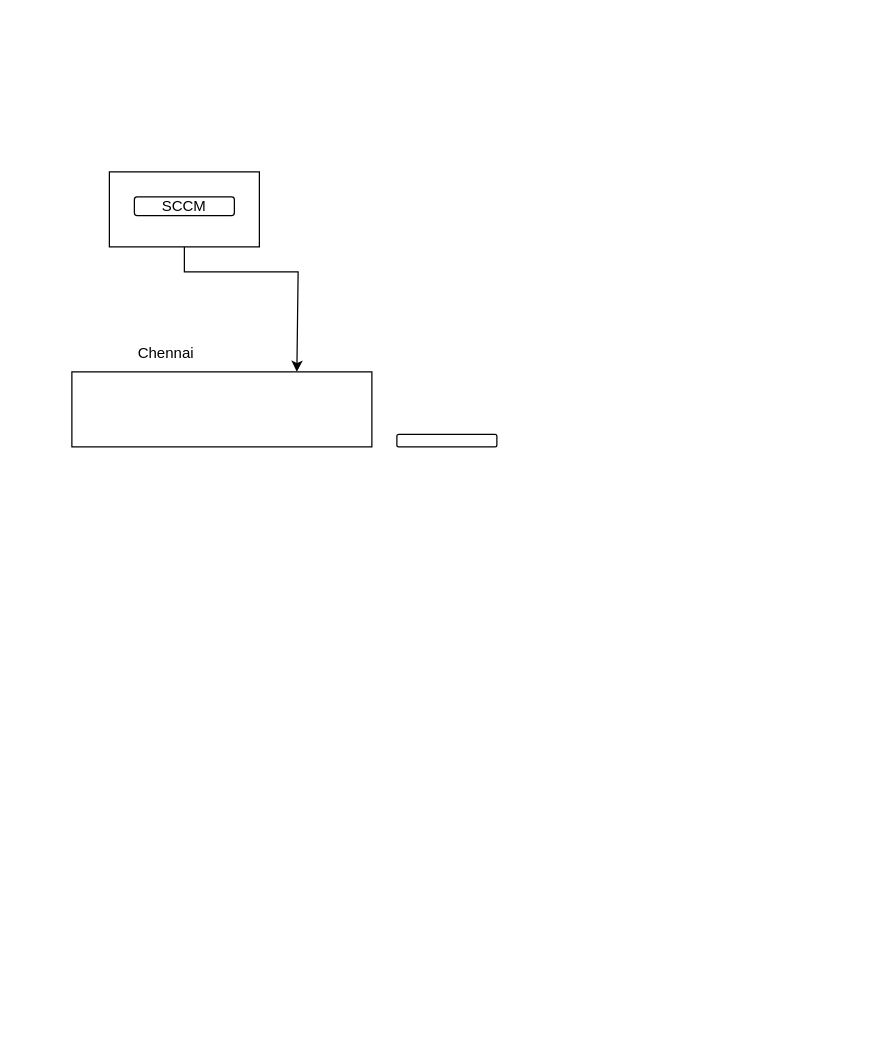
Before: Untitled Diagram.drawio in anisb02/Learner, a draw.io diagram. Source tidied: cells renumbered, new cells numbered last; positions are measured from the earlier drawing's top-left corner, leaving out a move shared by most shapes. Both pictures are drawn from the tidied source at 125%, with x=0, y=0 at pixel (71, 171).
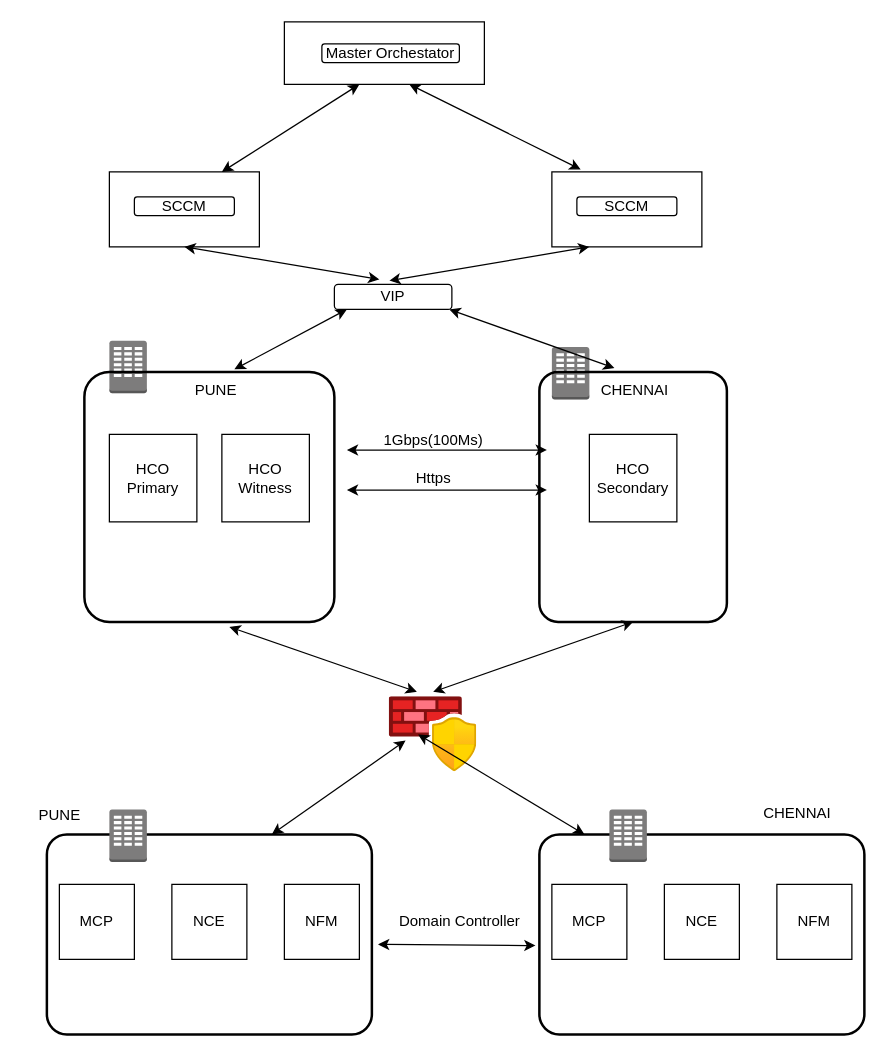
Above is the later version.

Unchanged cells that the change refers to:
```xml
<mxCell id="3" style="rounded=0;whiteSpace=wrap;html=1;" parent="1" vertex="1">
  <mxGeometry x="30" width="120" height="60" as="geometry" />
</mxCell>
```

Diff of the diagram source:
```diff
@@
-    <mxCell id="2" style="edgeStyle=orthogonalEdgeStyle;rounded=0;jettySize=auto;html=1;entryX=0.75;entryY=0;entryDx=0;entryDy=0;" parent="1" edge="1" source="3" target="6">
-      <mxGeometry relative="1" as="geometry">
-        <Array as="points">
-          <mxPoint x="90" y="80" />
-          <mxPoint x="181" y="80" />
-        </Array>
-      </mxGeometry>
-    </mxCell>
@@
-    <mxCell id="4" style="rounded=1;whiteSpace=wrap;html=1;" parent="1" vertex="1">
-      <mxGeometry x="260" y="210" width="80" height="10" as="geometry" />
-    </mxCell>
@@
-    <mxCell id="6" style="rounded=0;whiteSpace=wrap;html=1;" parent="1" vertex="1">
-      <mxGeometry y="160" width="240" height="60" as="geometry" />
-    </mxCell>
-    <mxCell id="7" value="Chennai" style="text;html=1;align=center;verticalAlign=middle;strokeColor=none;fillColor=none;" parent="1" vertex="1">
-      <mxGeometry x="40" y="130" width="70" height="30" as="geometry" />
+    <mxCell id="7" value="PUNE" style="text;html=1;align=center;verticalAlign=middle;strokeColor=none;fillColor=none;" parent="1" vertex="1">
+      <mxGeometry x="85" y="160" width="60" height="30" as="geometry" />
     </mxCell>
+    <mxCell id="8" style="rounded=0;whiteSpace=wrap;html=1;" parent="1" vertex="1">
+      <mxGeometry x="384" width="120" height="60" as="geometry" />
+    </mxCell>
+    <mxCell id="9" value="SCCM" style="rounded=1;whiteSpace=wrap;html=1;" parent="1" vertex="1">
+      <mxGeometry x="404" y="20" width="80" height="15" as="geometry" />
+    </mxCell>
+    <mxCell id="10" style="endArrow=classic;startArrow=classic;html=1;rounded=0;exitX=0.75;exitY=0;exitDx=0;exitDy=0;" parent="1" edge="1" source="3">
+      <mxGeometry relative="1" as="geometry">
+        <mxPoint x="230" y="-70" as="targetPoint" />
+      </mxGeometry>
+    </mxCell>
+    <mxCell id="11" style="endArrow=classic;startArrow=classic;html=1;rounded=0;exitX=0.192;exitY=-0.033;exitDx=0;exitDy=0;exitPerimeter=0;" parent="1" edge="1" source="8">
+      <mxGeometry relative="1" as="geometry">
+        <mxPoint x="270" y="-70" as="targetPoint" />
+      </mxGeometry>
+    </mxCell>
+    <mxCell id="12" style="rounded=0;whiteSpace=wrap;html=1;" parent="1" vertex="1">
+      <mxGeometry x="170" y="-120" width="160" height="50" as="geometry" />
+    </mxCell>
+    <mxCell id="13" value="HCO Primary" style="whiteSpace=wrap;html=1;" parent="1" vertex="1">
+      <mxGeometry x="30" y="210" width="70" height="70" as="geometry" />
+    </mxCell>
+    <mxCell id="14" value="HCO Witness" style="whiteSpace=wrap;html=1;" parent="1" vertex="1">
+      <mxGeometry x="120" y="210" width="70" height="70" as="geometry" />
+    </mxCell>
+    <mxCell id="15" value="HCO Secondary" style="whiteSpace=wrap;html=1;" parent="1" vertex="1">
+      <mxGeometry x="414" y="210" width="70" height="70" as="geometry" />
+    </mxCell>
+    <mxCell id="16" value="CHENNAI" style="text;html=1;align=center;verticalAlign=middle;strokeColor=none;fillColor=none;" parent="1" vertex="1">
+      <mxGeometry x="410" y="160" width="80" height="30" as="geometry" />
+    </mxCell>
+    <mxCell id="17" style="endArrow=classic;startArrow=classic;html=1;rounded=0;exitX=1;exitY=0.25;exitDx=0;exitDy=0;entryX=0;entryY=0.25;entryDx=0;entryDy=0;" parent="1" edge="1">
+      <mxGeometry relative="1" as="geometry">
+        <mxPoint x="220" y="222.5" as="sourcePoint" />
+        <mxPoint x="380" y="222.5" as="targetPoint" />
+      </mxGeometry>
+    </mxCell>
+    <mxCell id="18" style="endArrow=classic;startArrow=classic;html=1;rounded=0;exitX=1;exitY=0.25;exitDx=0;exitDy=0;entryX=0;entryY=0.25;entryDx=0;entryDy=0;" parent="1" edge="1">
+      <mxGeometry relative="1" as="geometry">
+        <mxPoint x="220" y="254.5" as="sourcePoint" />
+        <mxPoint x="380" y="254.5" as="targetPoint" />
+      </mxGeometry>
+    </mxCell>
+    <mxCell id="19" value="1Gbps(100Ms)" style="text;html=1;align=center;verticalAlign=middle;strokeColor=none;fillColor=none;" parent="1" vertex="1">
+      <mxGeometry x="239" y="200" width="100" height="30" as="geometry" />
+    </mxCell>
+    <mxCell id="20" value="Https" style="text;html=1;align=center;verticalAlign=middle;strokeColor=none;fillColor=none;" parent="1" vertex="1">
+      <mxGeometry x="264" y="230" width="50" height="30" as="geometry" />
+    </mxCell>
+    <mxCell id="21" style="image;html=1;points=[];align=center;fontSize=12;image=img/lib/azure2/networking/Azure_Firewall_Manager.svg;strokeColor=#66B2FF;" parent="1" vertex="1">
+      <mxGeometry x="254" y="420" width="70" height="60" as="geometry" />
+    </mxCell>
+    <mxCell id="22" style="endArrow=classic;startArrow=classic;html=1;rounded=0;exitX=0.5;exitY=-0.067;exitDx=0;exitDy=0;exitPerimeter=0;entryX=0.5;entryY=1;entryDx=0;entryDy=0;" parent="1" edge="1" source="21" target="25">
+      <mxGeometry relative="1" as="geometry" />
+    </mxCell>
+    <mxCell id="23" style="dashed=0;html=1;shape=mxgraph.aws3.corporate_data_center;fillColor=#7D7C7C;gradientColor=none;dashed=0;" parent="1" vertex="1">
+      <mxGeometry x="30" y="135" width="30" height="42" as="geometry" />
+    </mxCell>
+    <mxCell id="24" style="dashed=0;html=1;shape=mxgraph.aws3.corporate_data_center;fillColor=#7D7C7C;gradientColor=none;dashed=0;" parent="1" vertex="1">
+      <mxGeometry x="384" y="140" width="30" height="42" as="geometry" />
+    </mxCell>
+    <mxCell id="25" style="rounded=1;arcSize=10;dashed=0;fillColor=none;gradientColor=none;strokeWidth=2;" parent="1" vertex="1">
+      <mxGeometry x="374" y="160" width="150" height="200" as="geometry" />
+    </mxCell>
+    <mxCell id="26" style="endArrow=classic;startArrow=classic;html=1;rounded=0;exitX=0.314;exitY=-0.067;exitDx=0;exitDy=0;exitPerimeter=0;entryX=0.58;entryY=1.02;entryDx=0;entryDy=0;entryPerimeter=0;" parent="1" edge="1" source="21" target="27">
+      <mxGeometry relative="1" as="geometry" />
+    </mxCell>
+    <mxCell id="27" style="rounded=1;arcSize=10;dashed=0;fillColor=none;gradientColor=none;strokeWidth=2;" parent="1" vertex="1">
+      <mxGeometry x="10" y="160" width="200" height="200" as="geometry" />
+    </mxCell>
+    <mxCell id="28" style="rounded=1;arcSize=10;dashed=0;fillColor=none;gradientColor=none;strokeWidth=2;" parent="1" vertex="1">
+      <mxGeometry x="-20" y="530" width="260" height="160" as="geometry" />
+    </mxCell>
+    <mxCell id="29" style="dashed=0;html=1;shape=mxgraph.aws3.corporate_data_center;fillColor=#7D7C7C;gradientColor=none;dashed=0;" parent="1" vertex="1">
+      <mxGeometry x="30" y="510" width="30" height="42" as="geometry" />
+    </mxCell>
+    <mxCell id="30" value="MCP" style="whiteSpace=wrap;html=1;" parent="1" vertex="1">
+      <mxGeometry x="-10" y="570" width="60" height="60" as="geometry" />
+    </mxCell>
+    <mxCell id="31" value="NCE" style="whiteSpace=wrap;html=1;" parent="1" vertex="1">
+      <mxGeometry x="80" y="570" width="60" height="60" as="geometry" />
+    </mxCell>
+    <mxCell id="32" value="NFM" style="whiteSpace=wrap;html=1;" parent="1" vertex="1">
+      <mxGeometry x="170" y="570" width="60" height="60" as="geometry" />
+    </mxCell>
+    <mxCell id="33" style="endArrow=classic;startArrow=classic;html=1;rounded=0;" parent="1" edge="1">
+      <mxGeometry relative="1" as="geometry">
+        <mxPoint x="160" y="530" as="sourcePoint" />
+        <mxPoint x="267" y="454.9" as="targetPoint" />
+      </mxGeometry>
+    </mxCell>
+    <mxCell id="34" style="rounded=1;arcSize=10;dashed=0;fillColor=none;gradientColor=none;strokeWidth=2;" parent="1" vertex="1">
+      <mxGeometry x="374" y="530" width="260" height="160" as="geometry" />
+    </mxCell>
+    <mxCell id="35" value="MCP" style="whiteSpace=wrap;html=1;" parent="1" vertex="1">
+      <mxGeometry x="384" y="570" width="60" height="60" as="geometry" />
+    </mxCell>
+    <mxCell id="36" value="NCE" style="whiteSpace=wrap;html=1;" parent="1" vertex="1">
+      <mxGeometry x="474" y="570" width="60" height="60" as="geometry" />
+    </mxCell>
+    <mxCell id="37" value="NFM" style="whiteSpace=wrap;html=1;" parent="1" vertex="1">
+      <mxGeometry x="564" y="570" width="60" height="60" as="geometry" />
+    </mxCell>
+    <mxCell id="38" style="endArrow=classic;startArrow=classic;html=1;rounded=0;" parent="1" edge="1">
+      <mxGeometry relative="1" as="geometry">
+        <mxPoint x="410" y="530" as="sourcePoint" />
+        <mxPoint x="277" y="450" as="targetPoint" />
+      </mxGeometry>
+    </mxCell>
+    <mxCell id="39" style="dashed=0;html=1;shape=mxgraph.aws3.corporate_data_center;fillColor=#7D7C7C;gradientColor=none;dashed=0;" parent="1" vertex="1">
+      <mxGeometry x="430" y="510" width="30" height="42" as="geometry" />
+    </mxCell>
+    <mxCell id="40" value="PUNE" style="text;html=1;align=center;verticalAlign=middle;strokeColor=none;fillColor=none;" parent="1" vertex="1">
+      <mxGeometry x="-40" y="500" width="60" height="30" as="geometry" />
+    </mxCell>
+    <mxCell id="41" value="CHENNAI" style="text;html=1;align=center;verticalAlign=middle;strokeColor=none;fillColor=none;" parent="1" vertex="1">
+      <mxGeometry x="540" y="498" width="80" height="30" as="geometry" />
+    </mxCell>
+    <mxCell id="42" style="endArrow=classic;startArrow=classic;html=1;rounded=0;entryX=-0.012;entryY=0.556;entryDx=0;entryDy=0;entryPerimeter=0;exitX=1.019;exitY=0.55;exitDx=0;exitDy=0;exitPerimeter=0;" parent="1" edge="1" source="28" target="34">
+      <mxGeometry relative="1" as="geometry" />
+    </mxCell>
+    <mxCell id="43" value="Domain Controller" style="text;html=1;align=center;verticalAlign=middle;strokeColor=none;fillColor=none;" parent="1" vertex="1">
+      <mxGeometry x="250" y="585" width="120" height="30" as="geometry" />
+    </mxCell>
+    <mxCell id="44" value="Master Orchestator" style="rounded=1;whiteSpace=wrap;html=1;" parent="1" vertex="1">
+      <mxGeometry x="200" y="-102.5" width="110" height="15" as="geometry" />
+    </mxCell>
+    <mxCell id="45" value="VIP" style="rounded=1;whiteSpace=wrap;html=1;" parent="1" vertex="1">
+      <mxGeometry x="210" y="90" width="94" height="20" as="geometry" />
+    </mxCell>
+    <mxCell id="46" style="endArrow=classic;startArrow=classic;html=1;rounded=0;exitX=0.6;exitY=-0.01;exitDx=0;exitDy=0;exitPerimeter=0;" parent="1" edge="1" source="27">
+      <mxGeometry relative="1" as="geometry">
+        <mxPoint x="220" y="110" as="targetPoint" />
+      </mxGeometry>
+    </mxCell>
+    <mxCell id="47" style="endArrow=classic;startArrow=classic;html=1;rounded=0;exitX=0.4;exitY=-0.015;exitDx=0;exitDy=0;exitPerimeter=0;" parent="1" edge="1" source="25">
+      <mxGeometry relative="1" as="geometry">
+        <mxPoint x="302" y="110" as="targetPoint" />
+      </mxGeometry>
+    </mxCell>
+    <mxCell id="48" style="endArrow=classic;startArrow=classic;html=1;rounded=0;exitX=0.383;exitY=-0.2;exitDx=0;exitDy=0;exitPerimeter=0;" parent="1" edge="1" source="45">
+      <mxGeometry relative="1" as="geometry">
+        <mxPoint x="90" y="60" as="targetPoint" />
+      </mxGeometry>
+    </mxCell>
+    <mxCell id="49" style="endArrow=classic;startArrow=classic;html=1;rounded=0;exitX=0.25;exitY=1;exitDx=0;exitDy=0;" parent="1" edge="1" source="8">
+      <mxGeometry relative="1" as="geometry">
+        <mxPoint x="254" y="87" as="targetPoint" />
+      </mxGeometry>
+    </mxCell>
```
